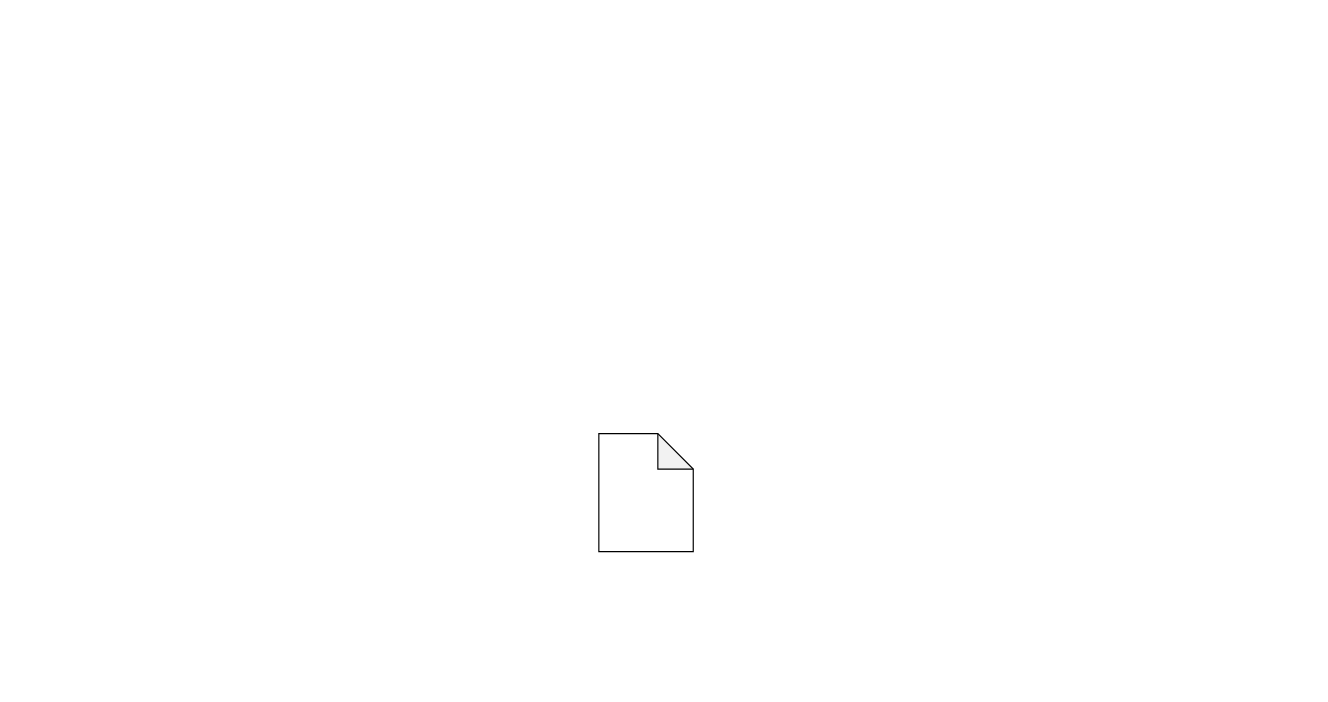
Before: vera.drawio in dkylewillis/vera, a draw.io diagram. Source tidied: cells renumbered, new cells numbered last; positions are measured from the earlier drawing's top-left corner, leaving out a move shared by most shapes. Both pictures are drawn from the tidied source at 118%, with x=0, y=0 at pixel (598, 433).
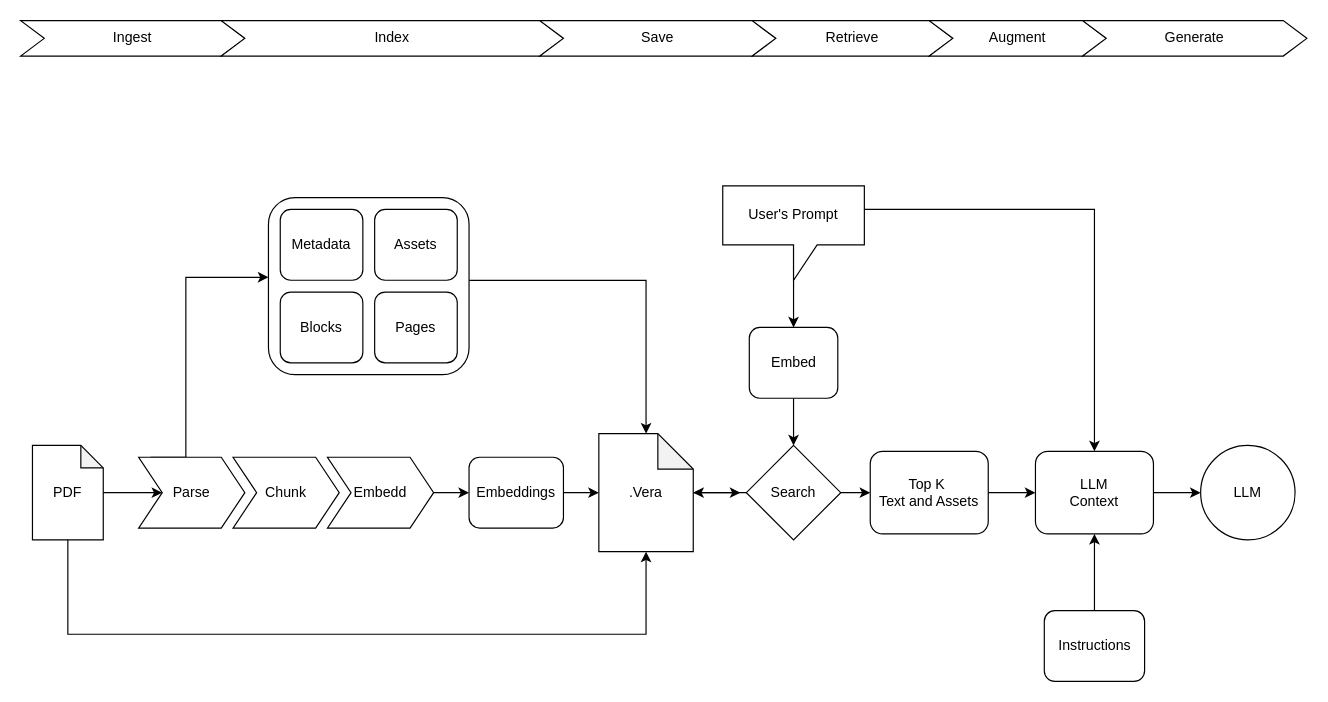
Above is the later version.

Change to the diagram source:
```diff
@@
+    <mxCell id="3" style="edgeStyle=orthogonalEdgeStyle;rounded=0;jettySize=auto;html=1;" parent="1" edge="1" source="2">
+      <mxGeometry relative="1" as="geometry">
+        <mxPoint x="120" y="50" as="targetPoint" />
+      </mxGeometry>
+    </mxCell>
-    <mxCell id="2" style="shape=note;whiteSpace=wrap;html=1;backgroundOutline=1;darkOpacity=0.05;" parent="1" vertex="1">
+    <mxCell id="2" value=".Vera" style="shape=note;whiteSpace=wrap;html=1;backgroundOutline=1;darkOpacity=0.05;strokeColor=light-dark(#000000,#FFCC99);" parent="1" vertex="1">
       <mxGeometry width="80" height="100" as="geometry" />
     </mxCell>
+    <mxCell id="4" value="PDF" style="shape=note;whiteSpace=wrap;html=1;backgroundOutline=1;darkOpacity=0.05;size=19;" parent="1" vertex="1">
+      <mxGeometry x="-480" y="10" width="60" height="80" as="geometry" />
+    </mxCell>
+    <mxCell id="5" style="rounded=1;whiteSpace=wrap;html=1;" parent="1" vertex="1">
+      <mxGeometry x="-280" y="-200" width="170" height="150" as="geometry" />
+    </mxCell>
+    <mxCell id="6" value="Metadata" style="rounded=1;whiteSpace=wrap;html=1;" parent="1" vertex="1">
+      <mxGeometry x="-270" y="-190" width="70" height="60" as="geometry" />
+    </mxCell>
+    <mxCell id="7" value="Assets" style="rounded=1;whiteSpace=wrap;html=1;" parent="1" vertex="1">
+      <mxGeometry x="-190" y="-190" width="70" height="60" as="geometry" />
+    </mxCell>
+    <mxCell id="8" value="Blocks" style="rounded=1;whiteSpace=wrap;html=1;" parent="1" vertex="1">
+      <mxGeometry x="-270" y="-120" width="70" height="60" as="geometry" />
+    </mxCell>
+    <mxCell id="9" value="Pages" style="rounded=1;whiteSpace=wrap;html=1;" parent="1" vertex="1">
+      <mxGeometry x="-190" y="-120" width="70" height="60" as="geometry" />
+    </mxCell>
+    <mxCell id="10" style="edgeStyle=orthogonalEdgeStyle;rounded=0;jettySize=auto;html=1;entryX=0.5;entryY=0;entryDx=0;entryDy=0;entryPerimeter=0;" parent="1" edge="1" source="5" target="2">
+      <mxGeometry relative="1" as="geometry">
+        <Array as="points">
+          <mxPoint x="40" y="-129.9" />
+        </Array>
+      </mxGeometry>
+    </mxCell>
+    <mxCell id="11" style="edgeStyle=orthogonalEdgeStyle;rounded=0;jettySize=auto;html=1;entryX=0.5;entryY=1;entryDx=0;entryDy=0;entryPerimeter=0;" parent="1" edge="1" source="4" target="2">
+      <mxGeometry relative="1" as="geometry">
+        <Array as="points">
+          <mxPoint x="-450" y="170" />
+          <mxPoint x="40" y="170" />
+        </Array>
+      </mxGeometry>
+    </mxCell>
+    <mxCell id="12" style="edgeStyle=orthogonalEdgeStyle;rounded=0;jettySize=auto;html=1;entryX=0.5;entryY=0;entryDx=0;entryDy=0;" parent="1" edge="1" source="14" target="16">
+      <mxGeometry relative="1" as="geometry">
+        <Array as="points">
+          <mxPoint x="420" y="-190" />
+        </Array>
+      </mxGeometry>
+    </mxCell>
+    <mxCell id="13" style="edgeStyle=orthogonalEdgeStyle;rounded=0;jettySize=auto;html=1;" parent="1" edge="1" source="14" target="35">
+      <mxGeometry relative="1" as="geometry" />
+    </mxCell>
+    <mxCell id="14" value="User's Prompt" style="shape=callout;whiteSpace=wrap;html=1;perimeter=calloutPerimeter;" parent="1" vertex="1">
+      <mxGeometry x="105" y="-210" width="120" height="80" as="geometry" />
+    </mxCell>
+    <mxCell id="15" style="edgeStyle=orthogonalEdgeStyle;rounded=0;jettySize=auto;html=1;" parent="1" edge="1" source="16" target="40">
+      <mxGeometry relative="1" as="geometry" />
+    </mxCell>
+    <mxCell id="16" value="LLM&lt;div&gt;Context&lt;/div&gt;" style="rounded=1;whiteSpace=wrap;html=1;" parent="1" vertex="1">
+      <mxGeometry x="370" y="15" width="100" height="70" as="geometry" />
+    </mxCell>
+    <mxCell id="17" style="edgeStyle=orthogonalEdgeStyle;rounded=0;jettySize=auto;html=1;" parent="1" edge="1" source="18" target="16">
+      <mxGeometry relative="1" as="geometry" />
+    </mxCell>
+    <mxCell id="18" value="Instructions" style="rounded=1;whiteSpace=wrap;html=1;" parent="1" vertex="1">
+      <mxGeometry x="377.5" y="150" width="85" height="60" as="geometry" />
+    </mxCell>
+    <mxCell id="19" value="Chunk" style="shape=step;perimeter=stepPerimeter;whiteSpace=wrap;html=1;shapeInside=1;fixedSize=1;" parent="1" vertex="1">
+      <mxGeometry x="-310" y="20" width="90" height="60" as="geometry" />
+    </mxCell>
+    <mxCell id="20" style="edgeStyle=orthogonalEdgeStyle;rounded=0;jettySize=auto;html=1;" parent="1" edge="1" source="21" target="37">
+      <mxGeometry relative="1" as="geometry" />
+    </mxCell>
+    <mxCell id="21" value="Embedd" style="shape=step;perimeter=stepPerimeter;whiteSpace=wrap;html=1;shapeInside=1;fixedSize=1;" parent="1" vertex="1">
+      <mxGeometry x="-230" y="20" width="90" height="60" as="geometry" />
+    </mxCell>
+    <mxCell id="22" style="edgeStyle=orthogonalEdgeStyle;rounded=0;jettySize=auto;html=1;entryX=0;entryY=0.5;entryDx=0;entryDy=0;" parent="1" edge="1" source="4" target="24">
+      <mxGeometry relative="1" as="geometry" />
+    </mxCell>
+    <mxCell id="23" style="edgeStyle=orthogonalEdgeStyle;rounded=0;jettySize=auto;html=1;" parent="1" edge="1" target="5">
+      <mxGeometry relative="1" as="geometry">
+        <mxPoint x="-380" y="20" as="sourcePoint" />
+        <Array as="points">
+          <mxPoint x="-350" y="20" />
+          <mxPoint x="-350" y="-132.5" />
+        </Array>
+      </mxGeometry>
+    </mxCell>
+    <mxCell id="24" value="Parse" style="shape=step;perimeter=stepPerimeter;whiteSpace=wrap;html=1;shapeInside=1;fixedSize=1;" parent="1" vertex="1">
+      <mxGeometry x="-390" y="20" width="90" height="60" as="geometry" />
+    </mxCell>
+    <mxCell id="25" value="Ingest" style="shape=step;perimeter=stepPerimeter;whiteSpace=wrap;html=1;shapeInside=1;fixedSize=1;" parent="1" vertex="1">
+      <mxGeometry x="-490" y="-350" width="190" height="30" as="geometry" />
+    </mxCell>
+    <mxCell id="26" value="Index" style="shape=step;perimeter=stepPerimeter;whiteSpace=wrap;html=1;shapeInside=1;fixedSize=1;" parent="1" vertex="1">
+      <mxGeometry x="-320" y="-350" width="290" height="30" as="geometry" />
+    </mxCell>
+    <mxCell id="27" value="Save" style="shape=step;perimeter=stepPerimeter;whiteSpace=wrap;html=1;shapeInside=1;fixedSize=1;" parent="1" vertex="1">
+      <mxGeometry x="-50" y="-350" width="200" height="30" as="geometry" />
+    </mxCell>
+    <mxCell id="28" value="Retrieve" style="shape=step;perimeter=stepPerimeter;whiteSpace=wrap;html=1;shapeInside=1;fixedSize=1;" parent="1" vertex="1">
+      <mxGeometry x="130" y="-350" width="170" height="30" as="geometry" />
+    </mxCell>
+    <mxCell id="29" value="Augment" style="shape=step;perimeter=stepPerimeter;whiteSpace=wrap;html=1;shapeInside=1;fixedSize=1;" parent="1" vertex="1">
+      <mxGeometry x="280" y="-350" width="150" height="30" as="geometry" />
+    </mxCell>
+    <mxCell id="30" value="Generate" style="shape=step;perimeter=stepPerimeter;whiteSpace=wrap;html=1;shapeInside=1;fixedSize=1;" parent="1" vertex="1">
+      <mxGeometry x="410" y="-350" width="190" height="30" as="geometry" />
+    </mxCell>
+    <mxCell id="31" style="edgeStyle=orthogonalEdgeStyle;rounded=0;jettySize=auto;html=1;" parent="1" edge="1" source="33" target="2">
+      <mxGeometry relative="1" as="geometry" />
+    </mxCell>
+    <mxCell id="32" style="edgeStyle=orthogonalEdgeStyle;rounded=0;jettySize=auto;html=1;" parent="1" edge="1" source="33" target="39">
+      <mxGeometry relative="1" as="geometry" />
+    </mxCell>
+    <mxCell id="33" value="Search" style="rhombus;whiteSpace=wrap;html=1;shapeInside=1;" parent="1" vertex="1">
+      <mxGeometry x="125" y="10" width="80" height="80" as="geometry" />
+    </mxCell>
+    <mxCell id="34" style="edgeStyle=orthogonalEdgeStyle;rounded=0;jettySize=auto;html=1;" parent="1" edge="1" source="35" target="33">
+      <mxGeometry relative="1" as="geometry" />
+    </mxCell>
+    <mxCell id="35" value="Embed" style="rounded=1;whiteSpace=wrap;html=1;" parent="1" vertex="1">
+      <mxGeometry x="127.5" y="-90" width="75" height="60" as="geometry" />
+    </mxCell>
+    <mxCell id="36" style="edgeStyle=orthogonalEdgeStyle;rounded=0;jettySize=auto;html=1;" parent="1" edge="1" source="37" target="2">
+      <mxGeometry relative="1" as="geometry" />
+    </mxCell>
+    <mxCell id="37" value="Embeddings" style="rounded=1;whiteSpace=wrap;html=1;" parent="1" vertex="1">
+      <mxGeometry x="-110" y="20" width="80" height="60" as="geometry" />
+    </mxCell>
+    <mxCell id="38" style="edgeStyle=orthogonalEdgeStyle;rounded=0;jettySize=auto;html=1;" parent="1" edge="1" source="39" target="16">
+      <mxGeometry relative="1" as="geometry" />
+    </mxCell>
+    <mxCell id="39" value="Top K&amp;nbsp;&lt;div&gt;Text and Assets&lt;/div&gt;" style="rounded=1;whiteSpace=wrap;html=1;" parent="1" vertex="1">
+      <mxGeometry x="230" y="15" width="100" height="70" as="geometry" />
+    </mxCell>
+    <mxCell id="40" value="LLM" style="ellipse;whiteSpace=wrap;html=1;shapeInside=1;" parent="1" vertex="1">
+      <mxGeometry x="510" y="10" width="80" height="80" as="geometry" />
+    </mxCell>
```
